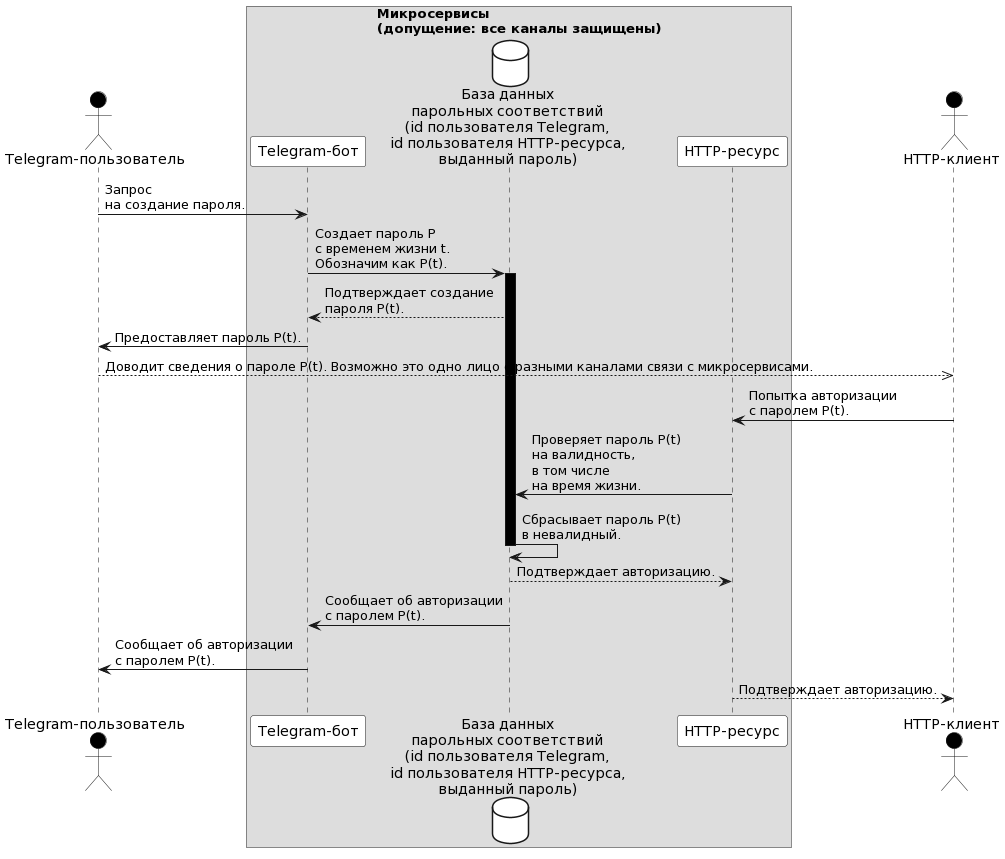
The PlantUML diagram README.files/001_tg_http.png in BorisPlus/2fa, before a commit. Source of this version:
```plantuml
@startuml
actor "Telegram-пользователь" as Client_1 #000

box "SERVICES"
    box "Микросервисы\n(допущение: все каналы защищены)"
        participant   "Telegram-бот" as Service_1 #FFF
        database      "База данных\nпарольных соответствий\n(id пользователя Telegram,\nid пользователя HTTP-ресурса,\nвыданный пароль)" as Database #FFF
        participant   "HTTP-ресурс" as Service_2 #FFF
    end box
end box

actor "HTTP-клиент" as Client_2 #000

Client_1          ->   Service_1  : Запрос\nна создание пароля.
Service_1         ->   Database   : Создает пароль P\nс временем жизни t.\nОбозначим как P(t).

activate Database #000

Database          -->  Service_1  : Подтверждает создание\nпароля P(t).
Service_1         ->   Client_1   : Предоставляет пароль P(t).

Client_1          -->>  Client_2  : Доводит сведения о пароле P(t). Возможно это одно лицо с разными каналами связи с микросервисами.

Client_2          ->   Service_2  : Попытка авторизации\nс паролем P(t).
Service_2         ->   Database   : Проверяет пароль P(t)\nна валидность,\nв том числе\nна время жизни.

Database          ->   Database   : Сбрасывает пароль P(t)\nв невалидный.

deactivate Database

Database         -->   Service_2  : Подтверждает авторизацию.
Database          ->   Service_1  : Сообщает об авторизации\nс паролем P(t).
Service_1         ->   Client_1   : Сообщает об авторизации\nс паролем P(t).
Service_2        -->   Client_2   : Подтверждает авторизацию.
@enduml
```
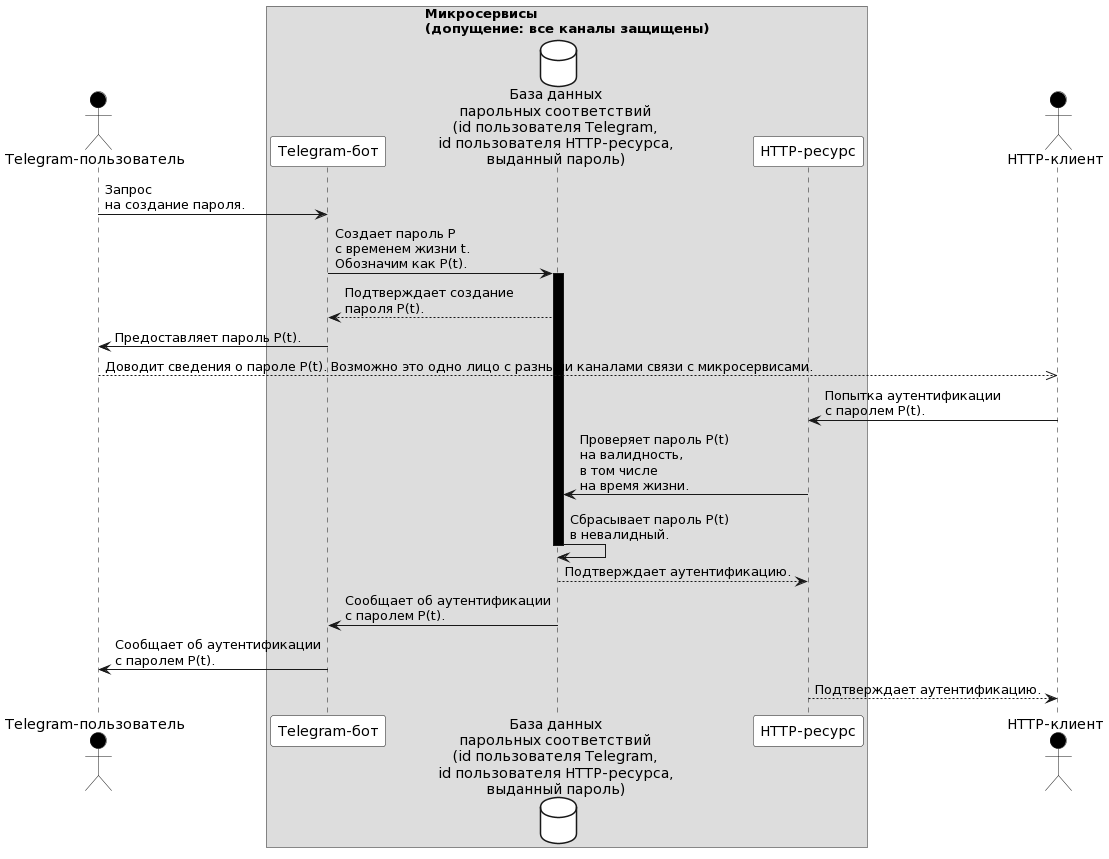
After the commit.

The edit, as a diff of the source:
```diff
@@ -21,15 +21,15 @@
 
 Client_1          -->>  Client_2  : Доводит сведения о пароле P(t). Возможно это одно лицо с разными каналами связи с микросервисами.
 
-Client_2          ->   Service_2  : Попытка авторизации\nс паролем P(t).
+Client_2          ->   Service_2  : Попытка аутентификации\nс паролем P(t).
 Service_2         ->   Database   : Проверяет пароль P(t)\nна валидность,\nв том числе\nна время жизни.
 
 Database          ->   Database   : Сбрасывает пароль P(t)\nв невалидный.
 
 deactivate Database
 
-Database         -->   Service_2  : Подтверждает авторизацию.
-Database          ->   Service_1  : Сообщает об авторизации\nс паролем P(t).
-Service_1         ->   Client_1   : Сообщает об авторизации\nс паролем P(t).
-Service_2        -->   Client_2   : Подтверждает авторизацию.
+Database         -->   Service_2  : Подтверждает аутентификацию.
+Database          ->   Service_1  : Сообщает об аутентификации\nс паролем P(t).
+Service_1         ->   Client_1   : Сообщает об аутентификации\nс паролем P(t).
+Service_2        -->   Client_2   : Подтверждает аутентификацию.
 @enduml
```
